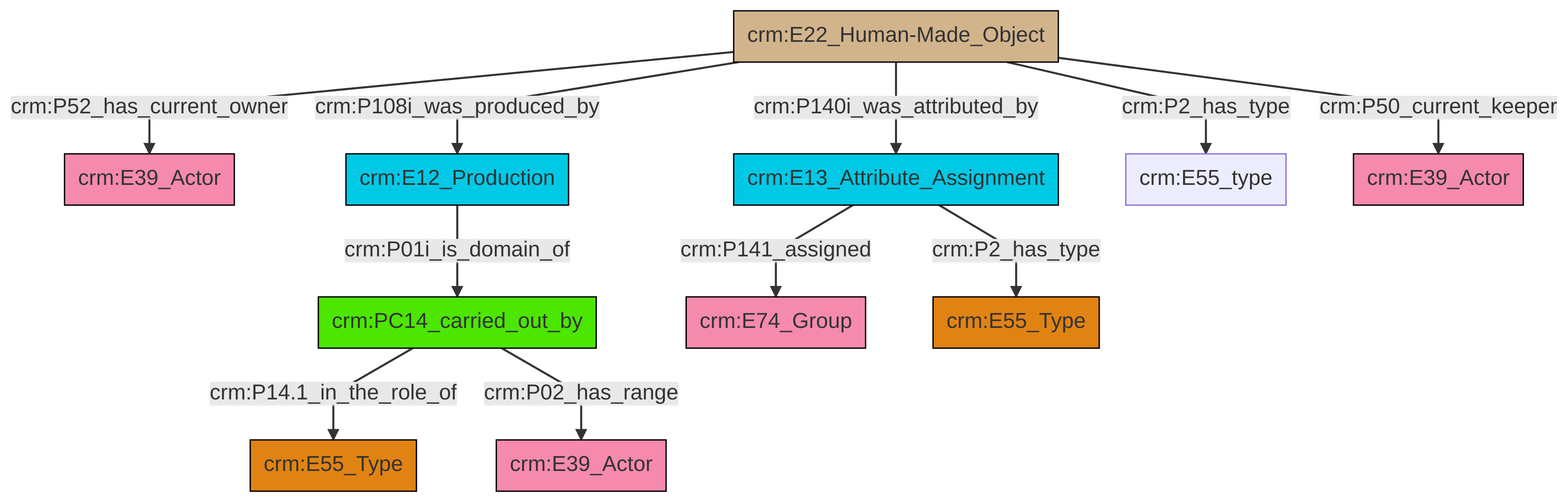
The Mermaid diagram et/artworkCSV/ttl/mmd/png/Artwork_Actor_Relations.png in swiss-art-research-net/reference-data-models, before a commit. Its source is kept beside it as et/artworkCSV/ttl/mmd/Artwork_Actor_Relations.ttl.mmd.
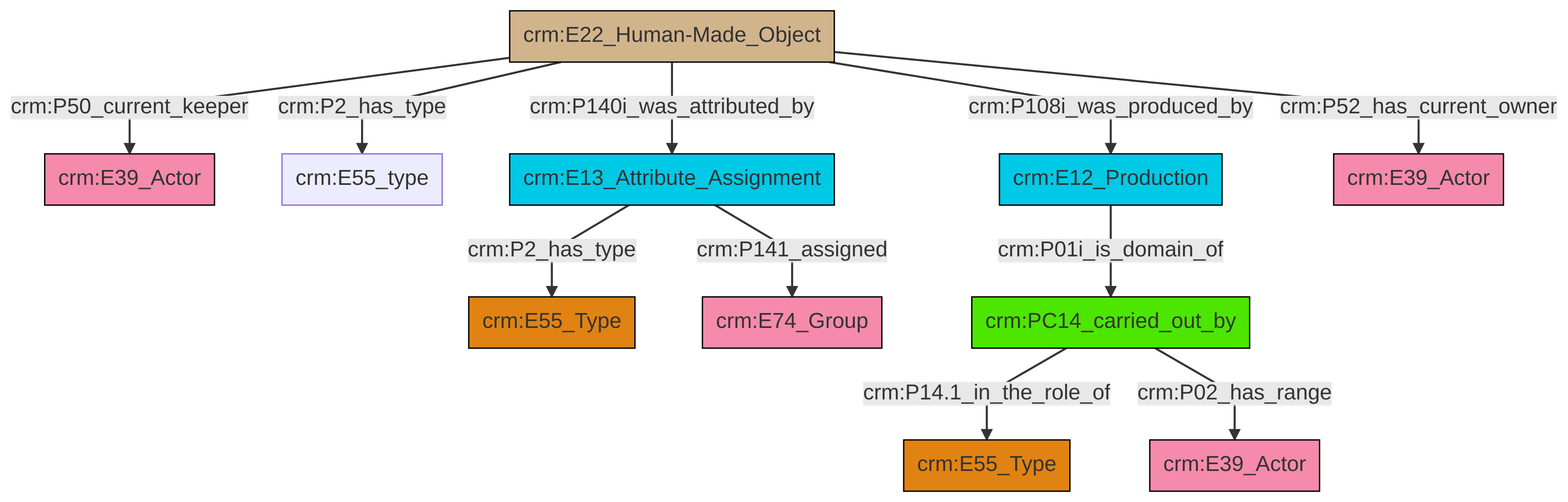
The same diagram one commit later.

Change to the diagram source:
```diff
@@ -13,13 +13,13 @@
 classDef PC_Classes fill:#4ce600, stroke:#000000;
 classDef Multi fill:#cccccc,stroke:#000000;
 
-2["crm:E22_Human-Made_Object"]:::Physical_Thing -->|crm:P108i_was_produced_by| 3["crm:E12_Production"]:::Temporal_Entity
-4["crm:PC14_carried_out_by"]:::PC_Classes -->|crm:P14.1_in_the_role_of| 5["crm:E55_Type"]:::Type
-7["crm:E13_Attribute_Assignment"]:::Temporal_Entity -->|crm:P141_assigned| 8["crm:E74_Group"]:::Actor
-4["crm:PC14_carried_out_by"]:::PC_Classes -->|crm:P02_has_range| 9["crm:E39_Actor"]:::Actor
-7["crm:E13_Attribute_Assignment"]:::Temporal_Entity -->|crm:P2_has_type| 11["crm:E55_Type"]:::Type
-2["crm:E22_Human-Made_Object"]:::Physical_Thing -->|crm:P2_has_type| 13["crm:E55_type"]:::Default
-3["crm:E12_Production"]:::Temporal_Entity -->|crm:P01i_is_domain_of| 4["crm:PC14_carried_out_by"]:::PC_Classes
-2["crm:E22_Human-Made_Object"]:::Physical_Thing -->|crm:P52_has_current_owner| 0["crm:E39_Actor"]:::Actor
-2["crm:E22_Human-Made_Object"]:::Physical_Thing -->|crm:P50_current_keeper| 19["crm:E39_Actor"]:::Actor
-2["crm:E22_Human-Made_Object"]:::Physical_Thing -->|crm:P140i_was_attributed_by| 7["crm:E13_Attribute_Assignment"]:::Temporal_Entity
+2["crm:E22_Human-Made_Object"]:::Physical_Thing -->|crm:P50_current_keeper| 3["crm:E39_Actor"]:::Actor
+2["crm:E22_Human-Made_Object"]:::Physical_Thing -->|crm:P2_has_type| 6["crm:E55_type"]:::Default
+2["crm:E22_Human-Made_Object"]:::Physical_Thing -->|crm:P140i_was_attributed_by| 9["crm:E13_Attribute_Assignment"]:::Temporal_Entity
+9["crm:E13_Attribute_Assignment"]:::Temporal_Entity -->|crm:P2_has_type| 10["crm:E55_Type"]:::Type
+2["crm:E22_Human-Made_Object"]:::Physical_Thing -->|crm:P52_has_current_owner| 12["crm:E39_Actor"]:::Actor
+9["crm:E13_Attribute_Assignment"]:::Temporal_Entity -->|crm:P141_assigned| 13["crm:E74_Group"]:::Actor
+15["crm:PC14_carried_out_by"]:::PC_Classes -->|crm:P14.1_in_the_role_of| 4["crm:E55_Type"]:::Type
+2["crm:E22_Human-Made_Object"]:::Physical_Thing -->|crm:P108i_was_produced_by| 7["crm:E12_Production"]:::Temporal_Entity
+7["crm:E12_Production"]:::Temporal_Entity -->|crm:P01i_is_domain_of| 15["crm:PC14_carried_out_by"]:::PC_Classes
+15["crm:PC14_carried_out_by"]:::PC_Classes -->|crm:P02_has_range| 0["crm:E39_Actor"]:::Actor
```
